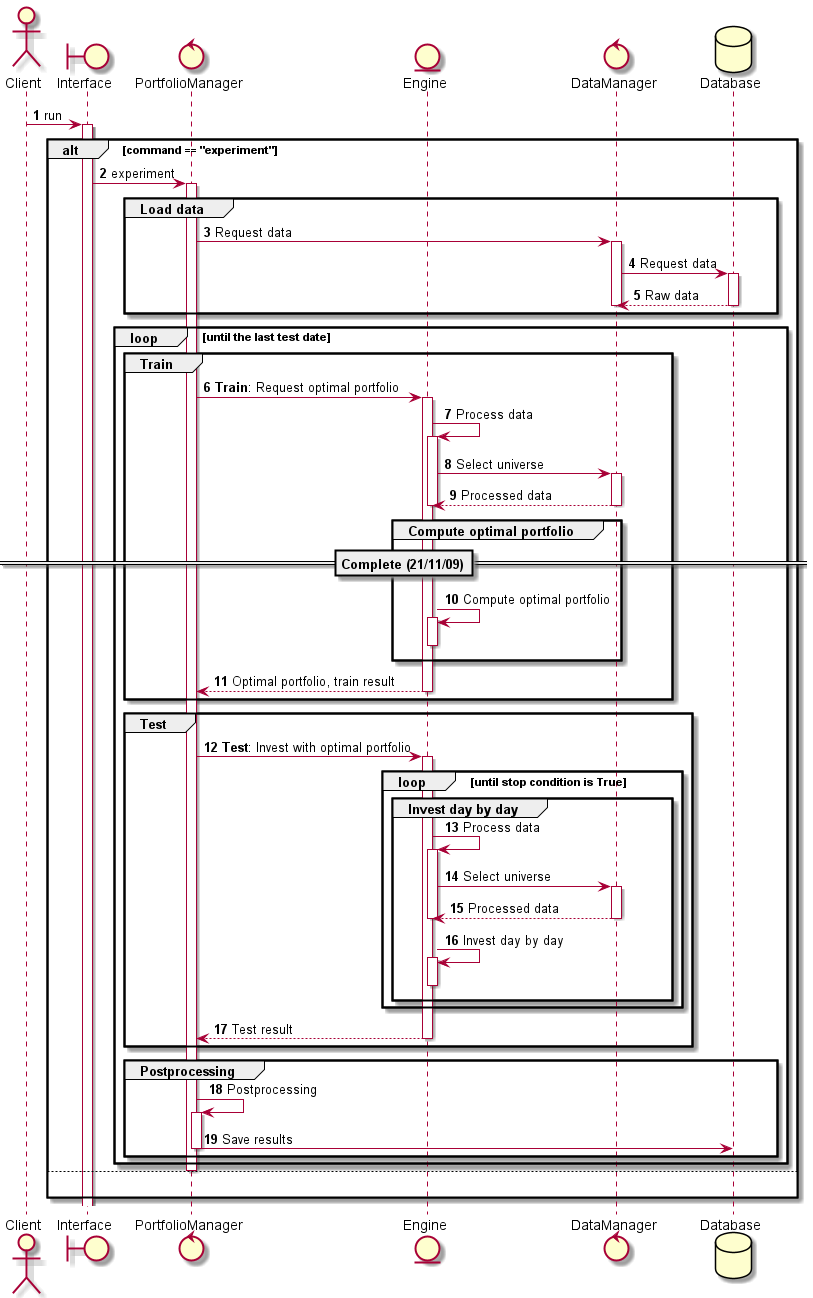
This is algorithm/full_process.png from alchemine/enhanced-index-tracking, a PlantUML export, as it was before one commit.
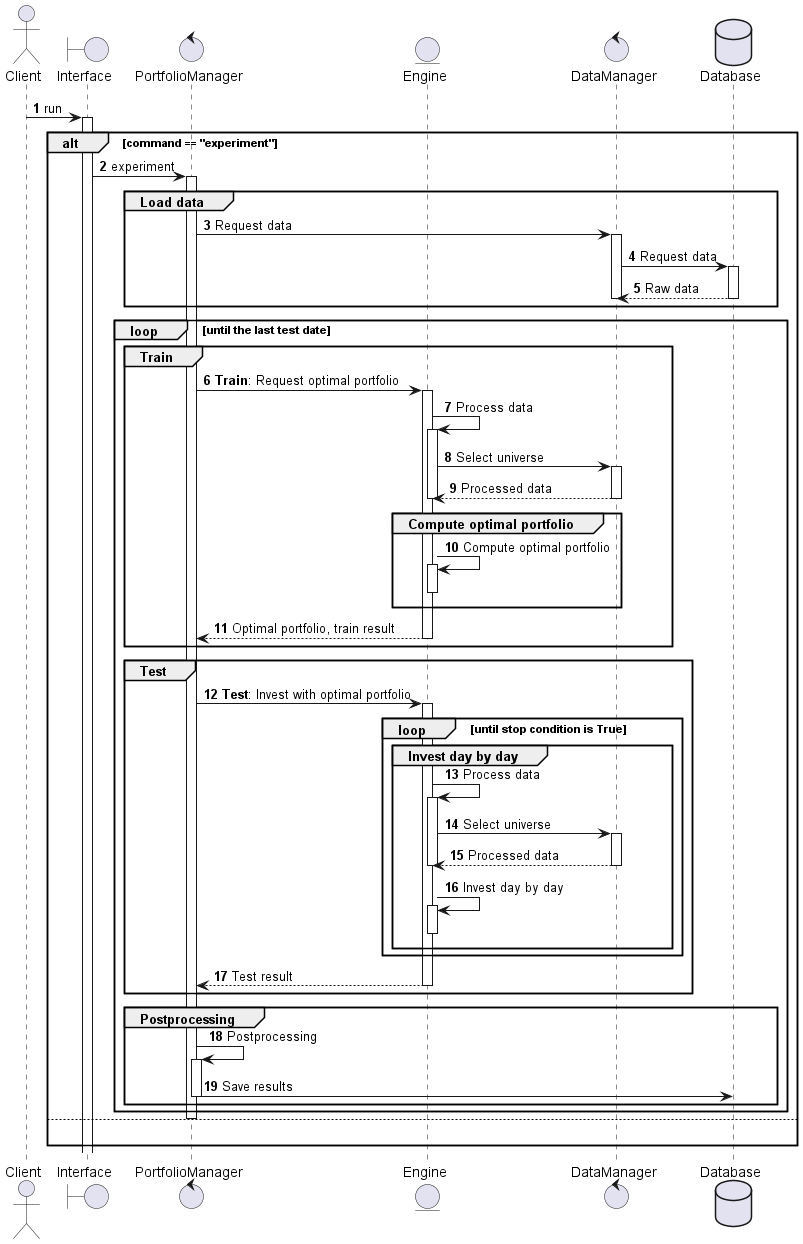
After the commit.

Commit message:
Update: Sequence diagram

Change to the diagram source:
```diff
@@ -28,7 +28,6 @@
                         deactivate E
 
                         group Compute optimal portfolio
-                                ==Complete (21/11/09)==
                             E -> E ++: Compute optimal portfolio
                             deactivate
                         end
```
